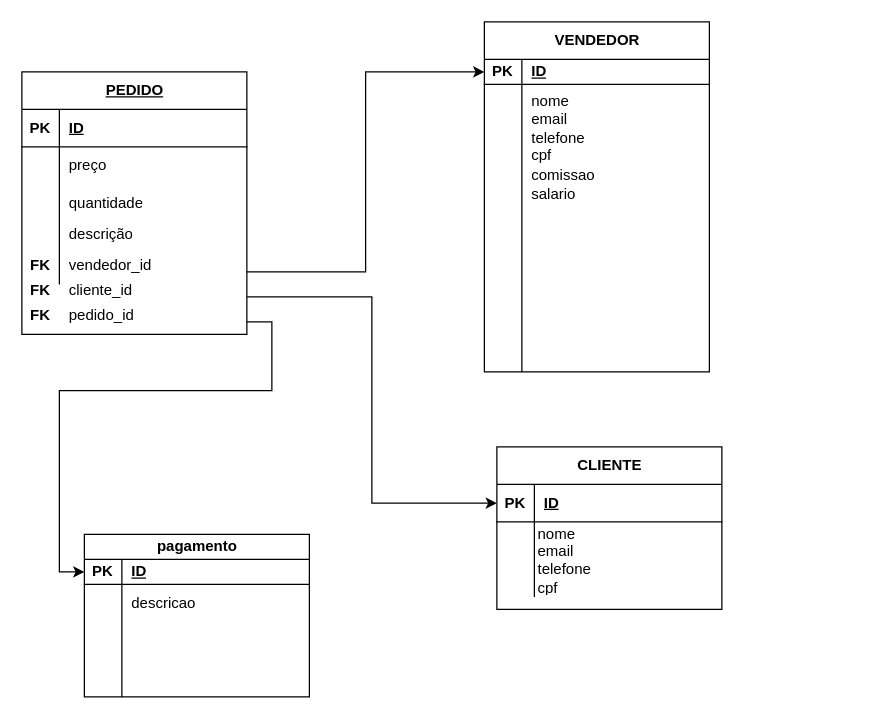
Before: docs/cadastroV2.drawio in nathaliaCandioto/api-vendas, a draw.io diagram. Source tidied: cells renumbered, new cells numbered last; positions are measured from the earlier drawing's top-left corner, leaving out a move shared by most shapes. Both pictures are drawn from the tidied source at 125%, with x=0, y=0 at pixel (21, 21).
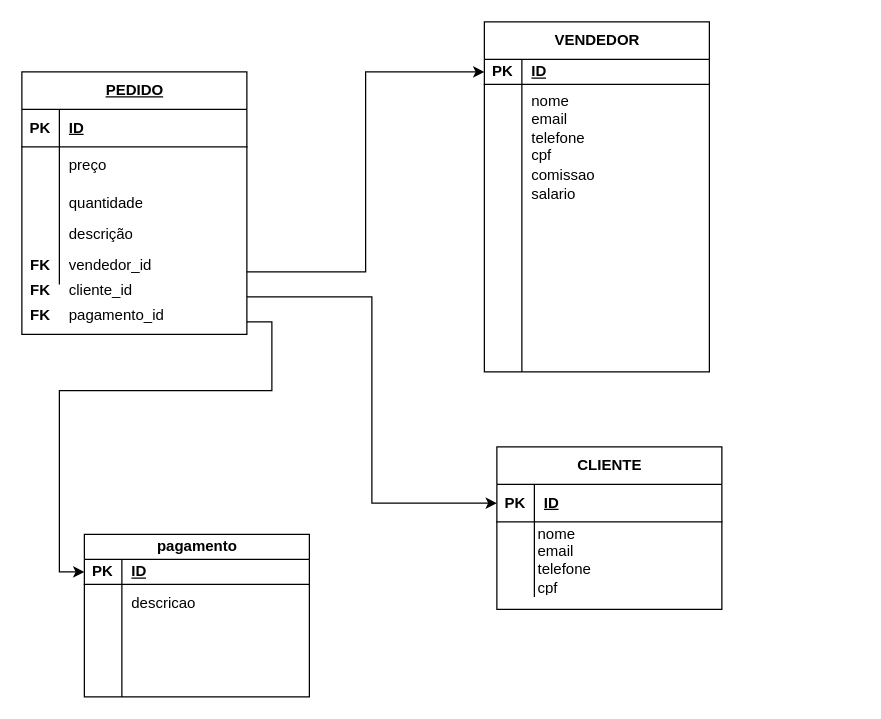
Above is the later version.

Commit message (it also covers changes not shown here):
criação da entidade pedido;ajuste nos diagramas de entidade

The edit, as a diff of the source:
```diff
@@
-    <mxCell id="80" value="pedido_id" style="shape=partialRectangle;fillColor=none;top=0;left=0;bottom=0;right=0;align=left;spacingLeft=6;overflow=hidden;whiteSpace=wrap;html=1;" parent="1" vertex="1">
+    <mxCell id="80" value="pagamento_id" style="shape=partialRectangle;fillColor=none;top=0;left=0;bottom=0;right=0;align=left;spacingLeft=6;overflow=hidden;whiteSpace=wrap;html=1;" parent="1" vertex="1">
       <mxGeometry x="30" y="220" width="150" height="30" as="geometry" />
     </mxCell>
```
